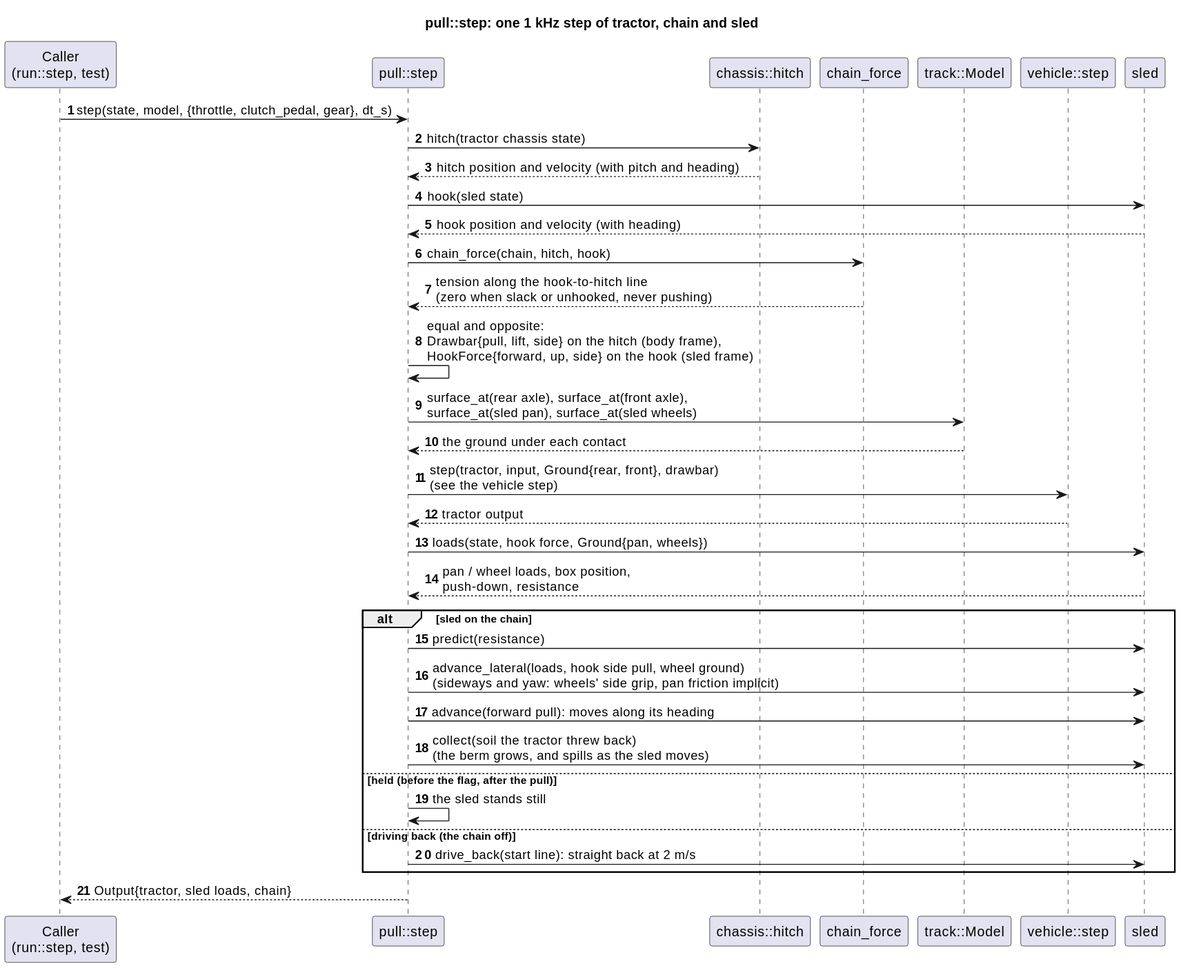
Above: docs/diagrams/svg/pull_step_sequence.svg in wversteeg/TractorPulling (PlantUML), before the change.
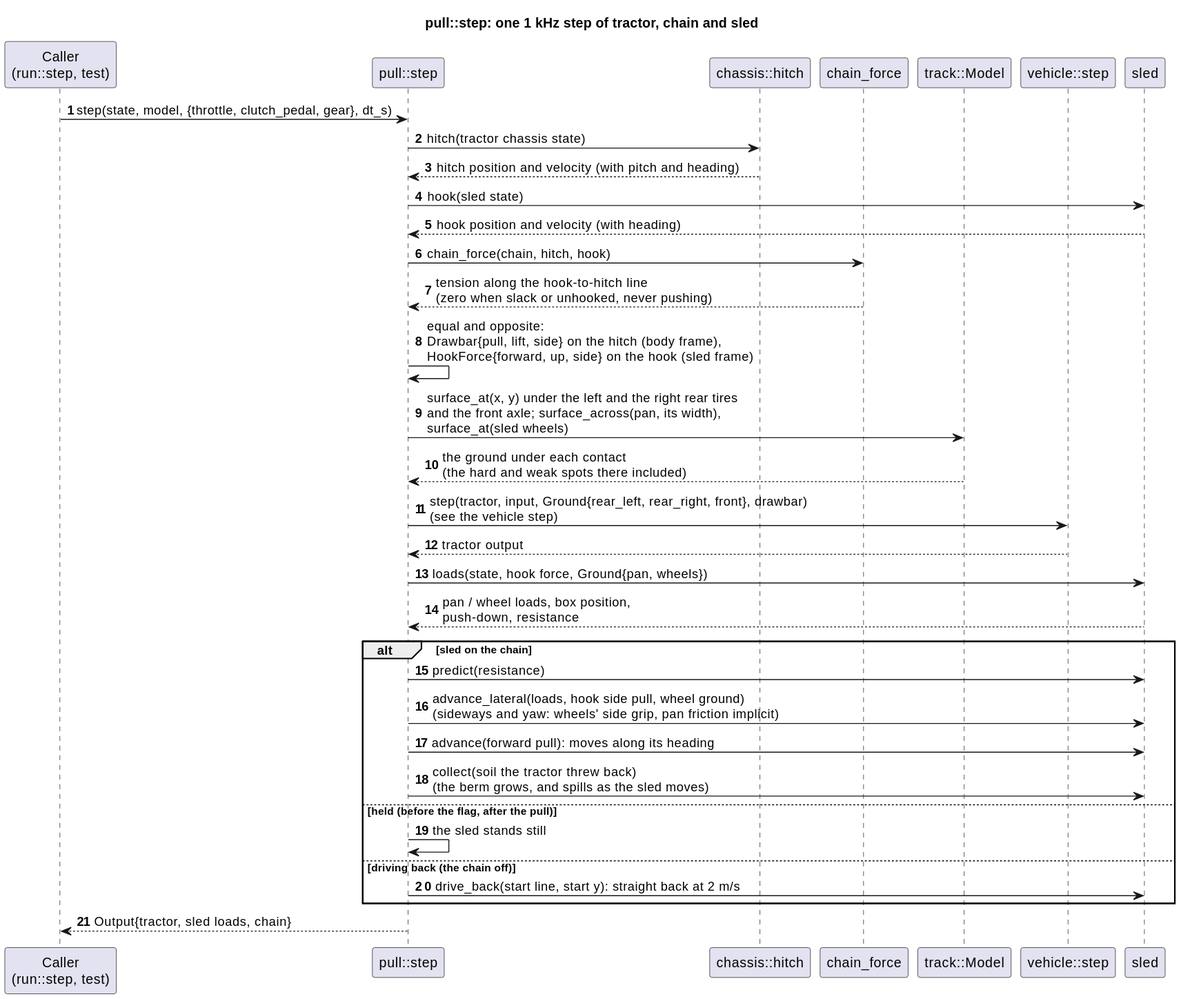
Above is the later version.

What changed in the source:
```diff
@@ -17,9 +17,9 @@
 Step -> Chain : chain_force(chain, hitch, hook)
 Chain --> Step : tension along the hook-to-hitch line\n(zero when slack or unhooked, never pushing)
 Step -> Step : equal and opposite:\nDrawbar{pull, lift, side} on the hitch (body frame),\nHookForce{forward, up, side} on the hook (sled frame)
-Step -> Track : surface_at(rear axle), surface_at(front axle),\nsurface_at(sled pan), surface_at(sled wheels)
-Track --> Step : the ground under each contact
-Step -> Vehicle : step(tractor, input, Ground{rear, front}, drawbar)\n(see the vehicle step)
+Step -> Track : surface_at(x, y) under the left and the right rear tires\nand the front axle; surface_across(pan, its width),\nsurface_at(sled wheels)
+Track --> Step : the ground under each contact\n(the hard and weak spots there included)
+Step -> Vehicle : step(tractor, input, Ground{rear_left, rear_right, front}, drawbar)\n(see the vehicle step)
 Vehicle --> Step : tractor output
 Step -> Sled : loads(state, hook force, Ground{pan, wheels})
 Sled --> Step : pan / wheel loads, box position,\npush-down, resistance
@@ -31,7 +31,7 @@
 else held (before the flag, after the pull)
   Step -> Step : the sled stands still
 else driving back (the chain off)
-  Step -> Sled : drive_back(start line): straight back at 2 m/s
+  Step -> Sled : drive_back(start line, start y): straight back at 2 m/s
 end
 Step --> Caller : Output{tractor, sled loads, chain}
 @enduml
```
